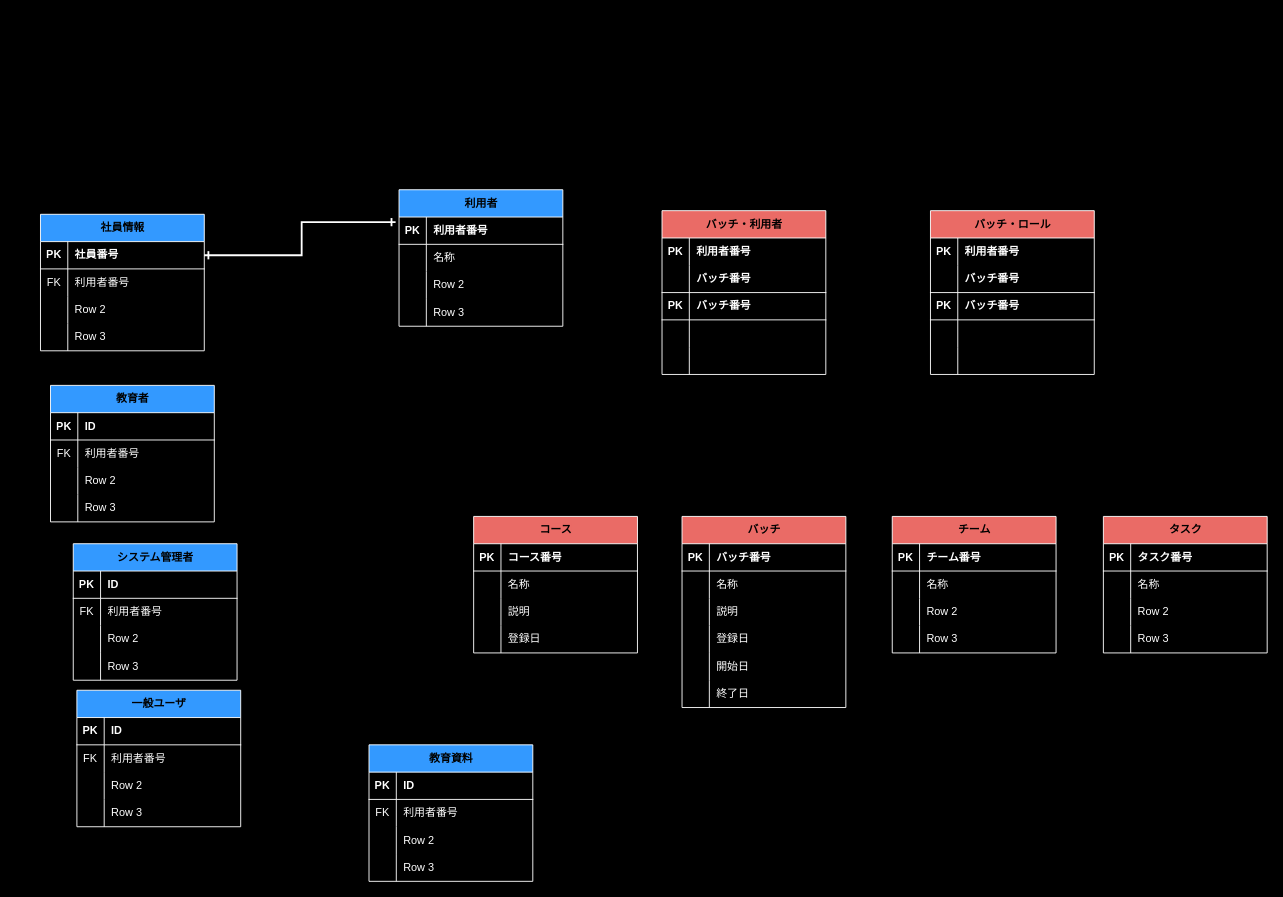
Earlier version of the draw.io diagram [TMS]-erd.drawio (datltmvl/tms). Source tidied: cells renumbered, new cells numbered last; positions are measured from the earlier drawing's top-left corner, leaving out a move shared by most shapes. Both pictures are drawn from the tidied source at 91%, with x=0, y=0 at pixel (40, 189).
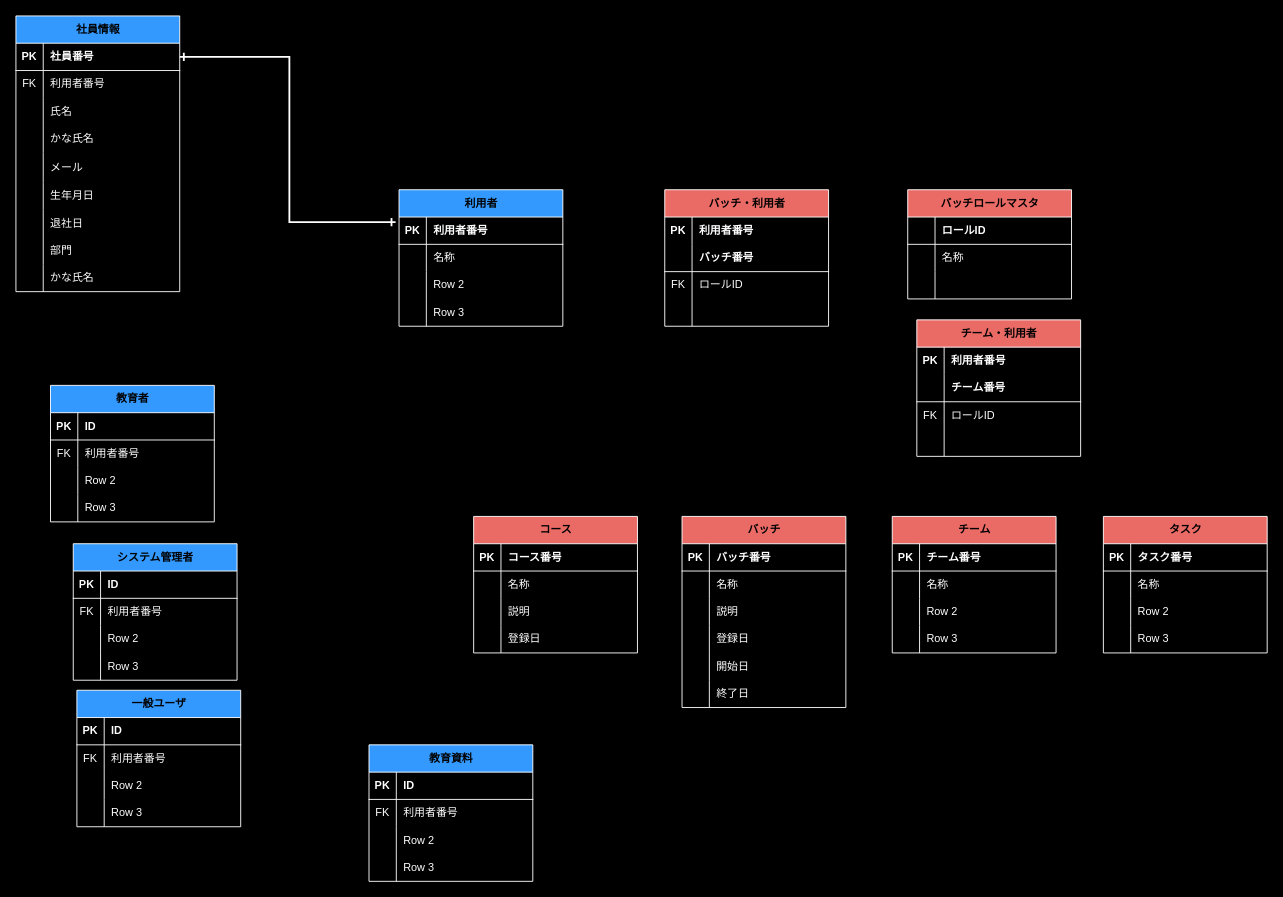
The same page after the edit.

Commit message:
Cập nhật [TMS]-erd.drawio

What changed in the source:
```diff
@@
-    <mxCell id="73" value="社員情報" style="shape=table;startSize=30;childLayout=tableLayout;rowLines=0;fontStyle=1;align=center;html=1;strokeColor=#ffffff;fillColor=#3399FF;" parent="1" vertex="1">
-      <mxGeometry y="27" width="180" height="150" as="geometry" />
-    </mxCell>
-    <mxCell id="74" style="shape=tableRow;horizontal=0;startSize=0;swimlaneHead=0;swimlaneBody=0;fillColor=none;points=[[0,0.5],[1,0.5]];portConstraint=eastwest;top=0;left=0;right=0;bottom=1;strokeColor=#ffffff;fontColor=#ffffff;" parent="73" vertex="1">
-      <mxGeometry y="30" width="180" height="30" as="geometry" />
-    </mxCell>
-    <mxCell id="75" value="&lt;font color=&quot;#ffffff&quot;&gt;PK&lt;/font&gt;" style="shape=partialRectangle;fillColor=none;top=0;left=0;bottom=0;right=0;fontStyle=1;overflow=hidden;whiteSpace=wrap;html=1;" parent="74" vertex="1">
-      <mxGeometry width="30" height="30" as="geometry" />
-    </mxCell>
-    <mxCell id="76" value="社員番号" style="shape=partialRectangle;fillColor=none;top=0;left=0;bottom=0;right=0;align=left;spacingLeft=6;fontStyle=1;overflow=hidden;whiteSpace=wrap;html=1;fontColor=#ffffff;" parent="74" vertex="1">
-      <mxGeometry x="30" width="150" height="30" as="geometry" />
-    </mxCell>
-    <mxCell id="77" style="shape=tableRow;horizontal=0;startSize=0;swimlaneHead=0;swimlaneBody=0;fillColor=none;top=0;left=0;right=0;bottom=0;" parent="73" vertex="1">
-      <mxGeometry y="60" width="180" height="30" as="geometry" />
-    </mxCell>
-    <mxCell id="78" value="&lt;font color=&quot;#ffffff&quot;&gt;FK&lt;/font&gt;" style="shape=partialRectangle;fillColor=none;top=0;left=0;bottom=0;right=0;overflow=hidden;whiteSpace=wrap;html=1;fontColor=#000000;" parent="77" vertex="1">
-      <mxGeometry width="30" height="30" as="geometry" />
-    </mxCell>
-    <mxCell id="79" value="利用者番号" style="shape=partialRectangle;fillColor=none;top=0;left=0;bottom=0;right=0;align=left;spacingLeft=6;overflow=hidden;whiteSpace=wrap;html=1;fontColor=#ffffff;" parent="77" vertex="1">
-      <mxGeometry x="30" width="150" height="30" as="geometry" />
-    </mxCell>
-    <mxCell id="80" style="shape=tableRow;horizontal=0;startSize=0;swimlaneHead=0;swimlaneBody=0;fillColor=none;top=0;left=0;right=0;bottom=0;" parent="73" vertex="1">
-      <mxGeometry y="90" width="180" height="30" as="geometry" />
-    </mxCell>
-    <mxCell id="81" style="shape=partialRectangle;fillColor=none;top=0;left=0;bottom=0;right=0;overflow=hidden;whiteSpace=wrap;html=1;" parent="80" vertex="1">
-      <mxGeometry width="30" height="30" as="geometry" />
-    </mxCell>
-    <mxCell id="82" value="Row 2" style="shape=partialRectangle;fillColor=none;top=0;left=0;bottom=0;right=0;align=left;spacingLeft=6;overflow=hidden;whiteSpace=wrap;html=1;fontColor=#ffffff;" parent="80" vertex="1">
-      <mxGeometry x="30" width="150" height="30" as="geometry" />
-    </mxCell>
-    <mxCell id="83" style="shape=tableRow;horizontal=0;startSize=0;swimlaneHead=0;swimlaneBody=0;fillColor=none;top=0;left=0;right=0;bottom=0;" parent="73" vertex="1">
-      <mxGeometry y="120" width="180" height="30" as="geometry" />
-    </mxCell>
-    <mxCell id="84" style="shape=partialRectangle;fillColor=none;top=0;left=0;bottom=0;right=0;overflow=hidden;whiteSpace=wrap;html=1;" parent="83" vertex="1">
-      <mxGeometry width="30" height="30" as="geometry" />
-    </mxCell>
-    <mxCell id="85" value="Row 3" style="shape=partialRectangle;fillColor=none;top=0;left=0;bottom=0;right=0;align=left;spacingLeft=6;overflow=hidden;whiteSpace=wrap;html=1;fontColor=#ffffff;" parent="83" vertex="1">
-      <mxGeometry x="30" width="150" height="30" as="geometry" />
-    </mxCell>
@@
     <mxCell id="126" value="バッチ・利用者" style="shape=table;startSize=30;childLayout=tableLayout;rowLines=0;fontStyle=1;align=center;html=1;strokeColor=#ffffff;fillColor=#EA6B66;" parent="1" vertex="1">
-      <mxGeometry x="683" y="23" width="180" height="180" as="geometry" />
+      <mxGeometry x="686" width="180" height="150" as="geometry" />
     </mxCell>
@@
-    <mxCell id="133" style="shape=tableRow;horizontal=0;startSize=0;swimlaneHead=0;swimlaneBody=0;fillColor=none;top=0;left=0;right=0;bottom=1;strokeColor=inherit;fontColor=#ffffff;" parent="126" vertex="1">
-      <mxGeometry y="90" width="180" height="30" as="geometry" />
-    </mxCell>
-    <mxCell id="134" value="&lt;font color=&quot;#ffffff&quot;&gt;PK&lt;/font&gt;" style="shape=partialRectangle;fillColor=none;top=0;left=0;bottom=0;right=0;fontStyle=1;overflow=hidden;whiteSpace=wrap;html=1;" parent="133" vertex="1">
-      <mxGeometry width="30" height="30" as="geometry" />
-    </mxCell>
-    <mxCell id="135" value="バッチ番号" style="shape=partialRectangle;fillColor=none;top=0;left=0;bottom=0;right=0;align=left;spacingLeft=6;fontStyle=1;overflow=hidden;whiteSpace=wrap;html=1;fontColor=#ffffff;" parent="133" vertex="1">
-      <mxGeometry x="30" width="150" height="30" as="geometry" />
-    </mxCell>
     <mxCell id="136" style="shape=tableRow;horizontal=0;startSize=0;swimlaneHead=0;swimlaneBody=0;fillColor=none;top=0;left=0;right=0;bottom=0;" parent="126" vertex="1">
-      <mxGeometry y="120" width="180" height="30" as="geometry" />
+      <mxGeometry y="90" width="180" height="30" as="geometry" />
     </mxCell>
-    <mxCell id="137" style="shape=partialRectangle;fillColor=none;top=0;left=0;bottom=0;right=0;overflow=hidden;whiteSpace=wrap;html=1;fontColor=#ffffff;" parent="136" vertex="1">
+    <mxCell id="137" value="FK" style="shape=partialRectangle;fillColor=none;top=0;left=0;bottom=0;right=0;overflow=hidden;whiteSpace=wrap;html=1;fontColor=#ffffff;" parent="136" vertex="1">
       <mxGeometry width="30" height="30" as="geometry" />
     </mxCell>
-    <mxCell id="138" style="shape=partialRectangle;fillColor=none;top=0;left=0;bottom=0;right=0;align=left;spacingLeft=6;overflow=hidden;whiteSpace=wrap;html=1;fontColor=#ffffff;" parent="136" vertex="1">
+    <mxCell id="138" value="ロールID" style="shape=partialRectangle;fillColor=none;top=0;left=0;bottom=0;right=0;align=left;spacingLeft=6;overflow=hidden;whiteSpace=wrap;html=1;fontColor=#ffffff;" parent="136" vertex="1">
       <mxGeometry x="30" width="150" height="30" as="geometry" />
     </mxCell>
     <mxCell id="139" style="shape=tableRow;horizontal=0;startSize=0;swimlaneHead=0;swimlaneBody=0;fillColor=none;top=0;left=0;right=0;bottom=0;" parent="126" vertex="1">
-      <mxGeometry y="150" width="180" height="30" as="geometry" />
+      <mxGeometry y="120" width="180" height="30" as="geometry" />
     </mxCell>
@@
-    <mxCell id="142" value="バッチ・ロール" style="shape=table;startSize=30;childLayout=tableLayout;rowLines=0;fontStyle=1;align=center;html=1;strokeColor=#ffffff;fillColor=#EA6B66;" parent="1" vertex="1">
-      <mxGeometry x="978" y="23" width="180" height="180" as="geometry" />
+    <mxCell id="142" value="バッチロールマスタ" style="shape=table;startSize=30;childLayout=tableLayout;rowLines=0;fontStyle=1;align=center;html=1;strokeColor=#ffffff;fillColor=#EA6B66;" parent="1" vertex="1">
+      <mxGeometry x="953" width="180" height="120" as="geometry" />
     </mxCell>
-    <mxCell id="143" style="shape=tableRow;horizontal=0;startSize=0;swimlaneHead=0;swimlaneBody=0;fillColor=none;top=0;left=0;right=0;bottom=0;" parent="142" vertex="1">
-      <mxGeometry y="30" width="180" height="30" as="geometry" />
-    </mxCell>
-    <mxCell id="144" value="PK" style="shape=partialRectangle;fillColor=none;top=0;left=0;bottom=0;right=0;overflow=hidden;whiteSpace=wrap;html=1;fontColor=#ffffff;fontStyle=1;" parent="143" vertex="1">
-      <mxGeometry width="30" height="30" as="geometry" />
-    </mxCell>
-    <mxCell id="145" value="利用者番号" style="shape=partialRectangle;fillColor=none;top=0;left=0;bottom=0;right=0;align=left;spacingLeft=6;overflow=hidden;whiteSpace=wrap;html=1;fontColor=#ffffff;fontStyle=1;" parent="143" vertex="1">
-      <mxGeometry x="30" width="150" height="30" as="geometry" />
-    </mxCell>
     <mxCell id="146" style="shape=tableRow;horizontal=0;startSize=0;swimlaneHead=0;swimlaneBody=0;fillColor=none;top=0;left=0;right=0;bottom=1;strokeColor=inherit;fontColor=#ffffff;" parent="142" vertex="1">
-      <mxGeometry y="60" width="180" height="30" as="geometry" />
+      <mxGeometry y="30" width="180" height="30" as="geometry" />
     </mxCell>
@@
-    <mxCell id="148" value="バッチ番号" style="shape=partialRectangle;fillColor=none;top=0;left=0;bottom=0;right=0;align=left;spacingLeft=6;fontStyle=1;overflow=hidden;whiteSpace=wrap;html=1;fontColor=#ffffff;" parent="146" vertex="1">
+    <mxCell id="148" value="ロールID" style="shape=partialRectangle;fillColor=none;top=0;left=0;bottom=0;right=0;align=left;spacingLeft=6;fontStyle=1;overflow=hidden;whiteSpace=wrap;html=1;fontColor=#ffffff;" parent="146" vertex="1">
       <mxGeometry x="30" width="150" height="30" as="geometry" />
     </mxCell>
-    <mxCell id="149" style="shape=tableRow;horizontal=0;startSize=0;swimlaneHead=0;swimlaneBody=0;fillColor=none;top=0;left=0;right=0;bottom=1;strokeColor=inherit;fontColor=#ffffff;" parent="142" vertex="1">
-      <mxGeometry y="90" width="180" height="30" as="geometry" />
-    </mxCell>
-    <mxCell id="150" value="&lt;font color=&quot;#ffffff&quot;&gt;PK&lt;/font&gt;" style="shape=partialRectangle;fillColor=none;top=0;left=0;bottom=0;right=0;fontStyle=1;overflow=hidden;whiteSpace=wrap;html=1;" parent="149" vertex="1">
-      <mxGeometry width="30" height="30" as="geometry" />
-    </mxCell>
-    <mxCell id="151" value="バッチ番号" style="shape=partialRectangle;fillColor=none;top=0;left=0;bottom=0;right=0;align=left;spacingLeft=6;fontStyle=1;overflow=hidden;whiteSpace=wrap;html=1;fontColor=#ffffff;" parent="149" vertex="1">
-      <mxGeometry x="30" width="150" height="30" as="geometry" />
-    </mxCell>
     <mxCell id="152" style="shape=tableRow;horizontal=0;startSize=0;swimlaneHead=0;swimlaneBody=0;fillColor=none;top=0;left=0;right=0;bottom=0;" parent="142" vertex="1">
-      <mxGeometry y="120" width="180" height="30" as="geometry" />
+      <mxGeometry y="60" width="180" height="30" as="geometry" />
     </mxCell>
@@
-    <mxCell id="154" style="shape=partialRectangle;fillColor=none;top=0;left=0;bottom=0;right=0;align=left;spacingLeft=6;overflow=hidden;whiteSpace=wrap;html=1;fontColor=#ffffff;" parent="152" vertex="1">
+    <mxCell id="154" value="名称" style="shape=partialRectangle;fillColor=none;top=0;left=0;bottom=0;right=0;align=left;spacingLeft=6;overflow=hidden;whiteSpace=wrap;html=1;fontColor=#ffffff;" parent="152" vertex="1">
       <mxGeometry x="30" width="150" height="30" as="geometry" />
     </mxCell>
     <mxCell id="155" style="shape=tableRow;horizontal=0;startSize=0;swimlaneHead=0;swimlaneBody=0;fillColor=none;top=0;left=0;right=0;bottom=0;" parent="142" vertex="1">
-      <mxGeometry y="150" width="180" height="30" as="geometry" />
+      <mxGeometry y="90" width="180" height="30" as="geometry" />
     </mxCell>
@@
+    <mxCell id="73" value="社員情報" style="shape=table;startSize=30;childLayout=tableLayout;rowLines=0;fontStyle=1;align=center;html=1;strokeColor=#ffffff;fillColor=#3399FF;" parent="1" vertex="1">
+      <mxGeometry x="-27" y="-191" width="180" height="303" as="geometry" />
+    </mxCell>
+    <mxCell id="74" style="shape=tableRow;horizontal=0;startSize=0;swimlaneHead=0;swimlaneBody=0;fillColor=none;points=[[0,0.5],[1,0.5]];portConstraint=eastwest;top=0;left=0;right=0;bottom=1;strokeColor=#ffffff;fontColor=#ffffff;" parent="73" vertex="1">
+      <mxGeometry y="30" width="180" height="30" as="geometry" />
+    </mxCell>
+    <mxCell id="75" value="&lt;font color=&quot;#ffffff&quot;&gt;PK&lt;/font&gt;" style="shape=partialRectangle;fillColor=none;top=0;left=0;bottom=0;right=0;fontStyle=1;overflow=hidden;whiteSpace=wrap;html=1;" parent="74" vertex="1">
+      <mxGeometry width="30" height="30" as="geometry" />
+    </mxCell>
+    <mxCell id="76" value="社員番号" style="shape=partialRectangle;fillColor=none;top=0;left=0;bottom=0;right=0;align=left;spacingLeft=6;fontStyle=1;overflow=hidden;whiteSpace=wrap;html=1;fontColor=#ffffff;" parent="74" vertex="1">
+      <mxGeometry x="30" width="150" height="30" as="geometry" />
+    </mxCell>
+    <mxCell id="77" style="shape=tableRow;horizontal=0;startSize=0;swimlaneHead=0;swimlaneBody=0;fillColor=none;top=0;left=0;right=0;bottom=0;" parent="73" vertex="1">
+      <mxGeometry y="60" width="180" height="30" as="geometry" />
+    </mxCell>
+    <mxCell id="78" value="&lt;font color=&quot;#ffffff&quot;&gt;FK&lt;/font&gt;" style="shape=partialRectangle;fillColor=none;top=0;left=0;bottom=0;right=0;overflow=hidden;whiteSpace=wrap;html=1;fontColor=#000000;" parent="77" vertex="1">
+      <mxGeometry width="30" height="30" as="geometry" />
+    </mxCell>
+    <mxCell id="79" value="利用者番号" style="shape=partialRectangle;fillColor=none;top=0;left=0;bottom=0;right=0;align=left;spacingLeft=6;overflow=hidden;whiteSpace=wrap;html=1;fontColor=#ffffff;" parent="77" vertex="1">
+      <mxGeometry x="30" width="150" height="30" as="geometry" />
+    </mxCell>
+    <mxCell id="80" style="shape=tableRow;horizontal=0;startSize=0;swimlaneHead=0;swimlaneBody=0;fillColor=none;top=0;left=0;right=0;bottom=0;" parent="73" vertex="1">
+      <mxGeometry y="90" width="180" height="30" as="geometry" />
+    </mxCell>
+    <mxCell id="81" style="shape=partialRectangle;fillColor=none;top=0;left=0;bottom=0;right=0;overflow=hidden;whiteSpace=wrap;html=1;" parent="80" vertex="1">
+      <mxGeometry width="30" height="30" as="geometry" />
+    </mxCell>
+    <mxCell id="82" value="氏名" style="shape=partialRectangle;fillColor=none;top=0;left=0;bottom=0;right=0;align=left;spacingLeft=6;overflow=hidden;whiteSpace=wrap;html=1;fontColor=#ffffff;" parent="80" vertex="1">
+      <mxGeometry x="30" width="150" height="30" as="geometry" />
+    </mxCell>
+    <mxCell id="83" style="shape=tableRow;horizontal=0;startSize=0;swimlaneHead=0;swimlaneBody=0;fillColor=none;top=0;left=0;right=0;bottom=0;" parent="73" vertex="1">
+      <mxGeometry y="120" width="180" height="30" as="geometry" />
+    </mxCell>
+    <mxCell id="84" style="shape=partialRectangle;fillColor=none;top=0;left=0;bottom=0;right=0;overflow=hidden;whiteSpace=wrap;html=1;" parent="83" vertex="1">
+      <mxGeometry width="30" height="30" as="geometry" />
+    </mxCell>
+    <mxCell id="85" value="かな氏名" style="shape=partialRectangle;fillColor=none;top=0;left=0;bottom=0;right=0;align=left;spacingLeft=6;overflow=hidden;whiteSpace=wrap;html=1;fontColor=#ffffff;" parent="83" vertex="1">
+      <mxGeometry x="30" width="150" height="30" as="geometry" />
+    </mxCell>
+    <mxCell id="171" style="shape=tableRow;horizontal=0;startSize=0;swimlaneHead=0;swimlaneBody=0;fillColor=none;top=0;left=0;right=0;bottom=0;" parent="73" vertex="1">
+      <mxGeometry y="150" width="180" height="33" as="geometry" />
+    </mxCell>
+    <mxCell id="172" style="shape=partialRectangle;fillColor=none;top=0;left=0;bottom=0;right=0;overflow=hidden;whiteSpace=wrap;html=1;" parent="171" vertex="1">
+      <mxGeometry width="30" height="33" as="geometry" />
+    </mxCell>
+    <mxCell id="173" value="メール" style="shape=partialRectangle;fillColor=none;top=0;left=0;bottom=0;right=0;align=left;spacingLeft=6;overflow=hidden;whiteSpace=wrap;html=1;fontColor=#ffffff;" parent="171" vertex="1">
+      <mxGeometry x="30" width="150" height="33" as="geometry" />
+    </mxCell>
+    <mxCell id="174" style="shape=tableRow;horizontal=0;startSize=0;swimlaneHead=0;swimlaneBody=0;fillColor=none;top=0;left=0;right=0;bottom=0;" parent="73" vertex="1">
+      <mxGeometry y="183" width="180" height="30" as="geometry" />
+    </mxCell>
+    <mxCell id="175" style="shape=partialRectangle;fillColor=none;top=0;left=0;bottom=0;right=0;overflow=hidden;whiteSpace=wrap;html=1;" parent="174" vertex="1">
+      <mxGeometry width="30" height="30" as="geometry" />
+    </mxCell>
+    <mxCell id="176" value="生年月日" style="shape=partialRectangle;fillColor=none;top=0;left=0;bottom=0;right=0;align=left;spacingLeft=6;overflow=hidden;whiteSpace=wrap;html=1;fontColor=#ffffff;" parent="174" vertex="1">
+      <mxGeometry x="30" width="150" height="30" as="geometry" />
+    </mxCell>
+    <mxCell id="177" style="shape=tableRow;horizontal=0;startSize=0;swimlaneHead=0;swimlaneBody=0;fillColor=none;top=0;left=0;right=0;bottom=0;" parent="73" vertex="1">
+      <mxGeometry y="213" width="180" height="30" as="geometry" />
+    </mxCell>
+    <mxCell id="178" style="shape=partialRectangle;fillColor=none;top=0;left=0;bottom=0;right=0;overflow=hidden;whiteSpace=wrap;html=1;" parent="177" vertex="1">
+      <mxGeometry width="30" height="30" as="geometry" />
+    </mxCell>
+    <mxCell id="179" value="退社日" style="shape=partialRectangle;fillColor=none;top=0;left=0;bottom=0;right=0;align=left;spacingLeft=6;overflow=hidden;whiteSpace=wrap;html=1;fontColor=#ffffff;" parent="177" vertex="1">
+      <mxGeometry x="30" width="150" height="30" as="geometry" />
+    </mxCell>
+    <mxCell id="180" style="shape=tableRow;horizontal=0;startSize=0;swimlaneHead=0;swimlaneBody=0;fillColor=none;top=0;left=0;right=0;bottom=0;" parent="73" vertex="1">
+      <mxGeometry y="243" width="180" height="30" as="geometry" />
+    </mxCell>
+    <mxCell id="181" style="shape=partialRectangle;fillColor=none;top=0;left=0;bottom=0;right=0;overflow=hidden;whiteSpace=wrap;html=1;" parent="180" vertex="1">
+      <mxGeometry width="30" height="30" as="geometry" />
+    </mxCell>
+    <mxCell id="182" value="部門" style="shape=partialRectangle;fillColor=none;top=0;left=0;bottom=0;right=0;align=left;spacingLeft=6;overflow=hidden;whiteSpace=wrap;html=1;fontColor=#ffffff;" parent="180" vertex="1">
+      <mxGeometry x="30" width="150" height="30" as="geometry" />
+    </mxCell>
+    <mxCell id="183" style="shape=tableRow;horizontal=0;startSize=0;swimlaneHead=0;swimlaneBody=0;fillColor=none;top=0;left=0;right=0;bottom=0;" parent="73" vertex="1">
+      <mxGeometry y="273" width="180" height="30" as="geometry" />
+    </mxCell>
+    <mxCell id="184" style="shape=partialRectangle;fillColor=none;top=0;left=0;bottom=0;right=0;overflow=hidden;whiteSpace=wrap;html=1;" parent="183" vertex="1">
+      <mxGeometry width="30" height="30" as="geometry" />
+    </mxCell>
+    <mxCell id="185" value="かな氏名" style="shape=partialRectangle;fillColor=none;top=0;left=0;bottom=0;right=0;align=left;spacingLeft=6;overflow=hidden;whiteSpace=wrap;html=1;fontColor=#ffffff;" parent="183" vertex="1">
+      <mxGeometry x="30" width="150" height="30" as="geometry" />
+    </mxCell>
+    <mxCell id="186" value="チーム・利用者" style="shape=table;startSize=30;childLayout=tableLayout;rowLines=0;fontStyle=1;align=center;html=1;strokeColor=#ffffff;fillColor=#EA6B66;" parent="1" vertex="1">
+      <mxGeometry x="963" y="143" width="180" height="150" as="geometry" />
+    </mxCell>
+    <mxCell id="143" style="shape=tableRow;horizontal=0;startSize=0;swimlaneHead=0;swimlaneBody=0;fillColor=none;top=0;left=0;right=0;bottom=0;" parent="186" vertex="1">
+      <mxGeometry y="30" width="180" height="30" as="geometry" />
+    </mxCell>
+    <mxCell id="144" value="PK" style="shape=partialRectangle;fillColor=none;top=0;left=0;bottom=0;right=0;overflow=hidden;whiteSpace=wrap;html=1;fontColor=#ffffff;fontStyle=1;" parent="143" vertex="1">
+      <mxGeometry width="30" height="30" as="geometry" />
+    </mxCell>
+    <mxCell id="145" value="利用者番号" style="shape=partialRectangle;fillColor=none;top=0;left=0;bottom=0;right=0;align=left;spacingLeft=6;overflow=hidden;whiteSpace=wrap;html=1;fontColor=#ffffff;fontStyle=1;" parent="143" vertex="1">
+      <mxGeometry x="30" width="150" height="30" as="geometry" />
+    </mxCell>
+    <mxCell id="187" style="shape=tableRow;horizontal=0;startSize=0;swimlaneHead=0;swimlaneBody=0;fillColor=none;top=0;left=0;right=0;bottom=1;strokeColor=inherit;fontColor=#ffffff;" parent="186" vertex="1">
+      <mxGeometry y="60" width="180" height="30" as="geometry" />
+    </mxCell>
+    <mxCell id="188" style="shape=partialRectangle;fillColor=none;top=0;left=0;bottom=0;right=0;fontStyle=1;overflow=hidden;whiteSpace=wrap;html=1;" parent="187" vertex="1">
+      <mxGeometry width="30" height="30" as="geometry" />
+    </mxCell>
+    <mxCell id="189" value="チーム番号" style="shape=partialRectangle;fillColor=none;top=0;left=0;bottom=0;right=0;align=left;spacingLeft=6;fontStyle=1;overflow=hidden;whiteSpace=wrap;html=1;fontColor=#ffffff;" parent="187" vertex="1">
+      <mxGeometry x="30" width="150" height="30" as="geometry" />
+    </mxCell>
+    <mxCell id="190" style="shape=tableRow;horizontal=0;startSize=0;swimlaneHead=0;swimlaneBody=0;fillColor=none;top=0;left=0;right=0;bottom=0;" parent="186" vertex="1">
+      <mxGeometry y="90" width="180" height="30" as="geometry" />
+    </mxCell>
+    <mxCell id="191" value="FK" style="shape=partialRectangle;fillColor=none;top=0;left=0;bottom=0;right=0;overflow=hidden;whiteSpace=wrap;html=1;fontColor=#ffffff;" parent="190" vertex="1">
+      <mxGeometry width="30" height="30" as="geometry" />
+    </mxCell>
+    <mxCell id="192" value="ロールID" style="shape=partialRectangle;fillColor=none;top=0;left=0;bottom=0;right=0;align=left;spacingLeft=6;overflow=hidden;whiteSpace=wrap;html=1;fontColor=#ffffff;" parent="190" vertex="1">
+      <mxGeometry x="30" width="150" height="30" as="geometry" />
+    </mxCell>
+    <mxCell id="193" style="shape=tableRow;horizontal=0;startSize=0;swimlaneHead=0;swimlaneBody=0;fillColor=none;top=0;left=0;right=0;bottom=0;" parent="186" vertex="1">
+      <mxGeometry y="120" width="180" height="30" as="geometry" />
+    </mxCell>
+    <mxCell id="194" style="shape=partialRectangle;fillColor=none;top=0;left=0;bottom=0;right=0;overflow=hidden;whiteSpace=wrap;html=1;fontColor=#ffffff;" parent="193" vertex="1">
+      <mxGeometry width="30" height="30" as="geometry" />
+    </mxCell>
+    <mxCell id="195" style="shape=partialRectangle;fillColor=none;top=0;left=0;bottom=0;right=0;align=left;spacingLeft=6;overflow=hidden;whiteSpace=wrap;html=1;fontColor=#ffffff;" parent="193" vertex="1">
+      <mxGeometry x="30" width="150" height="30" as="geometry" />
+    </mxCell>
```
